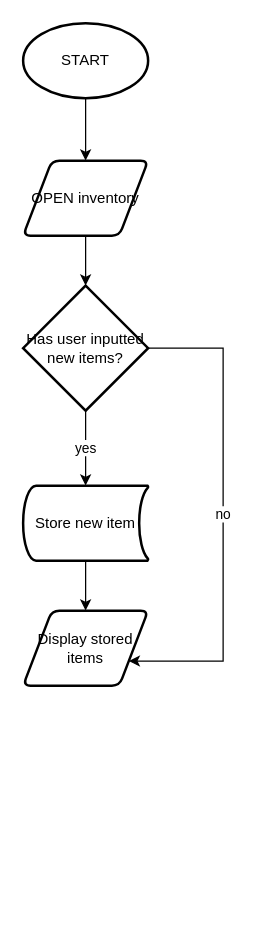
Earlier version of the draw.io diagram inventory.drawio (cernoh/cs_alevel). Source tidied: cells renumbered, new cells numbered last; positions are measured from the earlier drawing's top-left corner, leaving out a move shared by most shapes. Both pictures are drawn from the tidied source at 125%, with x=0, y=0 at pixel (22, 22).
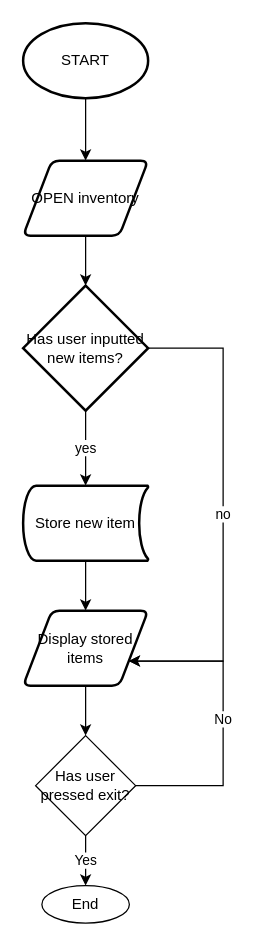
Above is the later version.

Unchanged cells that the change refers to:
```xml
<mxCell id="11" value="Display stored items" style="shape=parallelogram;html=1;strokeWidth=2;perimeter=parallelogramPerimeter;whiteSpace=wrap;rounded=1;arcSize=12;size=0.23;" parent="1" vertex="1">
  <mxGeometry y="470" width="100" height="60" as="geometry" />
</mxCell>
```

The edit, as a diff of the source:
```diff
@@
+    <mxCell id="12" style="edgeStyle=orthogonalEdgeStyle;rounded=0;jettySize=auto;html=1;entryX=0.5;entryY=0;entryDx=0;entryDy=0;" parent="1" edge="1" source="11" target="15">
+      <mxGeometry relative="1" as="geometry" />
+    </mxCell>
@@
+    <mxCell id="13" value="Yes" style="edgeStyle=orthogonalEdgeStyle;rounded=0;jettySize=auto;html=1;" parent="1" edge="1" source="15" target="16">
+      <mxGeometry relative="1" as="geometry" />
+    </mxCell>
+    <mxCell id="14" value="No" style="edgeStyle=orthogonalEdgeStyle;rounded=0;jettySize=auto;html=1;entryX=1;entryY=0.75;entryDx=0;entryDy=0;" parent="1" edge="1" source="15" target="11">
+      <mxGeometry relative="1" as="geometry">
+        <Array as="points">
+          <mxPoint x="160" y="610" />
+          <mxPoint x="160" y="510" />
+        </Array>
+      </mxGeometry>
+    </mxCell>
+    <mxCell id="15" value="Has user pressed exit?" style="rhombus;whiteSpace=wrap;html=1;" parent="1" vertex="1">
+      <mxGeometry x="10" y="570" width="80" height="80" as="geometry" />
+    </mxCell>
+    <mxCell id="16" value="End" style="ellipse;whiteSpace=wrap;html=1;" parent="1" vertex="1">
+      <mxGeometry x="15" y="690" width="70" height="30" as="geometry" />
+    </mxCell>
```
